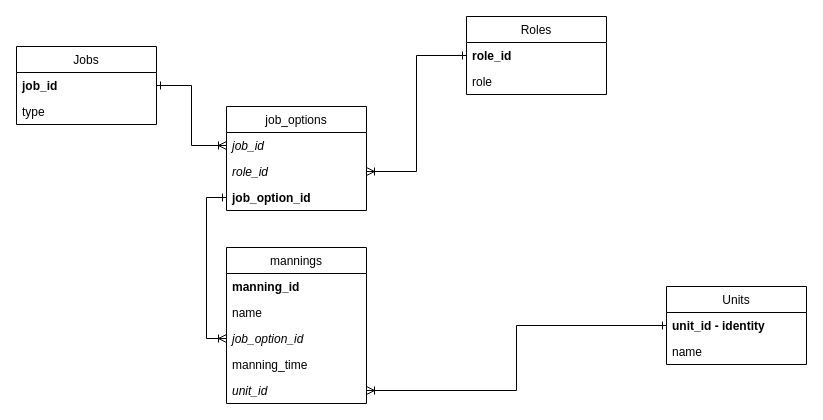
Earlier version of the draw.io diagram Untitled Diagram.drawio (romhayh/manners). Source tidied: cells renumbered, new cells numbered last; positions are measured from the earlier drawing's top-left corner, leaving out a move shared by most shapes. Both pictures are drawn from the tidied source at 100%, with x=0, y=0 at pixel (16, 16).
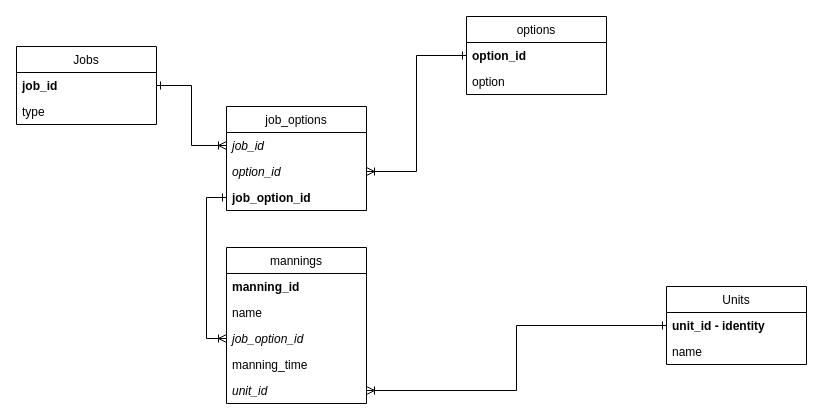
Above is the later version.

The change refers to these unchanged cells:
```xml
<mxCell id="18" value="job_options" style="swimlane;fontStyle=0;horizontal=1;startSize=26;fillColor=none;" parent="1" vertex="1">
  <mxGeometry x="210" y="90" width="140" height="104" as="geometry" />
</mxCell>
```

What changed in the source:
```diff
@@
-    <mxCell id="9" value="Roles" style="swimlane;fontStyle=0;horizontal=1;startSize=26;fillColor=none;" parent="1" vertex="1">
+    <mxCell id="9" value="options" style="swimlane;fontStyle=0;horizontal=1;startSize=26;fillColor=none;" parent="1" vertex="1">
       <mxGeometry x="450" width="140" height="78" as="geometry" />
     </mxCell>
-    <mxCell id="10" value="role_id" style="text;strokeColor=none;fillColor=none;align=left;verticalAlign=top;spacingLeft=4;spacingRight=4;overflow=hidden;points=[[0,0.5],[1,0.5]];portConstraint=eastwest;fontStyle=1;" parent="9" vertex="1">
+    <mxCell id="10" value="option_id" style="text;strokeColor=none;fillColor=none;align=left;verticalAlign=top;spacingLeft=4;spacingRight=4;overflow=hidden;points=[[0,0.5],[1,0.5]];portConstraint=eastwest;fontStyle=1;" parent="9" vertex="1">
       <mxGeometry y="26" width="140" height="26" as="geometry" />
     </mxCell>
-    <mxCell id="11" value="role" style="text;strokeColor=none;fillColor=none;align=left;verticalAlign=top;spacingLeft=4;spacingRight=4;overflow=hidden;" parent="9" vertex="1">
+    <mxCell id="11" value="option" style="text;strokeColor=none;fillColor=none;align=left;verticalAlign=top;spacingLeft=4;spacingRight=4;overflow=hidden;" parent="9" vertex="1">
       <mxGeometry y="52" width="140" height="26" as="geometry" />
     </mxCell>
@@
-    <mxCell id="20" value="role_id" style="text;strokeColor=none;fillColor=none;align=left;verticalAlign=top;spacingLeft=4;spacingRight=4;overflow=hidden;points=[[0,0.5],[1,0.5]];portConstraint=eastwest;fontStyle=2;" parent="18" vertex="1">
+    <mxCell id="20" value="option_id" style="text;strokeColor=none;fillColor=none;align=left;verticalAlign=top;spacingLeft=4;spacingRight=4;overflow=hidden;points=[[0,0.5],[1,0.5]];portConstraint=eastwest;fontStyle=2;" parent="18" vertex="1">
       <mxGeometry y="52" width="140" height="26" as="geometry" />
     </mxCell>
```
